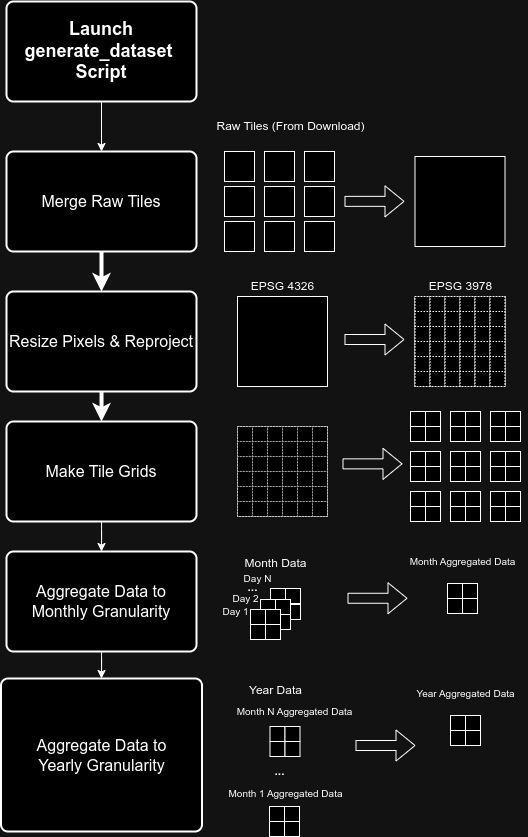
Earlier version of the draw.io export doc/images/generate_dataset_overview.png (AlexandreBrown/WildfirePrediction). Source tidied: cells renumbered, new cells last; positions are measured from the earlier drawing's top-left corner, leaving out a move shared by most shapes.
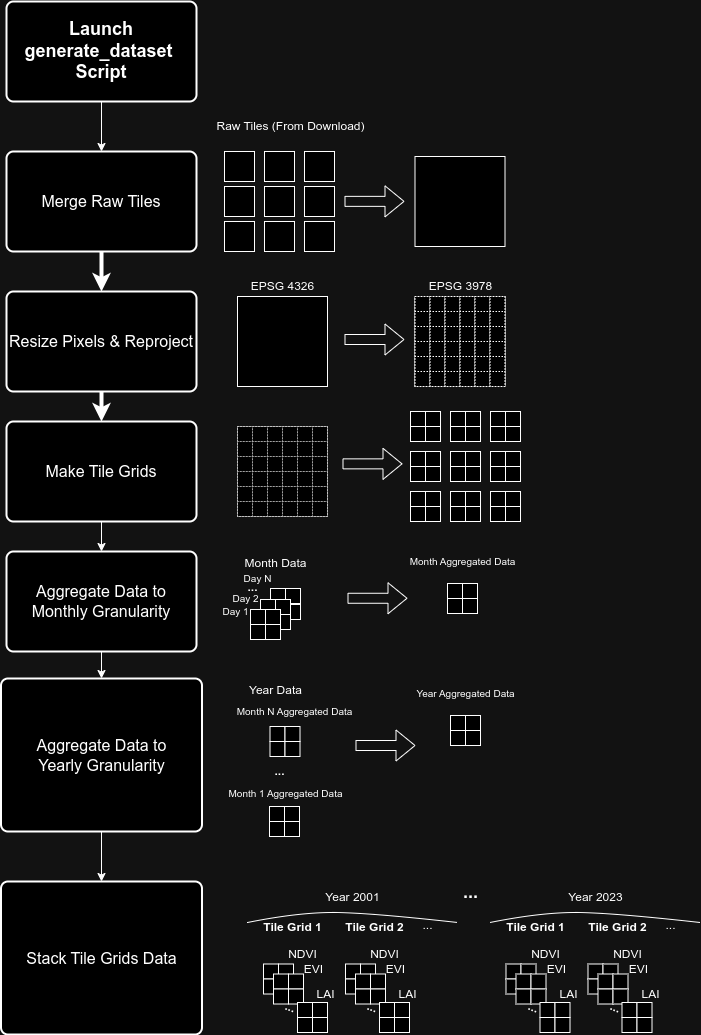
After the commit.

Commit message:
Added stack tile grids data to dataset generation documentation

The edit, as a diff of the source:
```diff
@@ -530,6 +530,9 @@
     <mxCell id="173" value="&lt;b&gt;...&lt;/b&gt;" style="text;html=1;align=center;verticalAlign=middle;strokeColor=none;fillColor=none;" parent="1" vertex="1">
       <mxGeometry x="236" y="571" width="30" height="30" as="geometry" />
     </mxCell>
+    <mxCell id="197" style="edgeStyle=orthogonalEdgeStyle;rounded=0;jettySize=auto;html=1;entryX=0.5;entryY=0;entryDx=0;entryDy=0;" parent="1" edge="1" source="174" target="198">
+      <mxGeometry relative="1" as="geometry" />
+    </mxCell>
     <mxCell id="174" value="&lt;font style=&quot;font-size: 16px;&quot;&gt;Aggregate Data to &lt;br&gt;Yearly Granularity&lt;/font&gt;" style="rounded=1;whiteSpace=wrap;html=1;absoluteArcSize=1;arcSize=14;strokeWidth=2;" parent="1" vertex="1">
       <mxGeometry x="-0.5" y="677" width="201" height="153" as="geometry" />
     </mxCell>
@@ -602,5 +605,283 @@
     <mxCell id="196" value="Raw Tiles (From Download)" style="text;html=1;align=center;verticalAlign=middle;strokeColor=none;fillColor=none;" parent="1" vertex="1">
       <mxGeometry x="203.5" y="110" width="170" height="30" as="geometry" />
     </mxCell>
+    <mxCell id="198" value="&lt;span style=&quot;font-size: 16px;&quot;&gt;Stack Tile Grids Data&lt;/span&gt;" style="rounded=1;whiteSpace=wrap;html=1;absoluteArcSize=1;arcSize=14;strokeWidth=2;" parent="1" vertex="1">
+      <mxGeometry x="-0.5" y="880" width="201" height="153" as="geometry" />
+    </mxCell>
+    <mxCell id="199" value="Year 2001" style="text;html=1;align=center;verticalAlign=middle;strokeColor=none;fillColor=none;" parent="1" vertex="1">
+      <mxGeometry x="311" y="881" width="80" height="30" as="geometry" />
+    </mxCell>
+    <mxCell id="200" style="group;" parent="1" vertex="1">
+      <mxGeometry x="262" y="962.5" width="30" height="30" as="geometry" />
+    </mxCell>
+    <mxCell id="201" style="whiteSpace=wrap;html=1;" parent="200" vertex="1">
+      <mxGeometry width="15" height="15" as="geometry" />
+    </mxCell>
+    <mxCell id="202" style="whiteSpace=wrap;html=1;" parent="200" vertex="1">
+      <mxGeometry x="15" width="15" height="15" as="geometry" />
+    </mxCell>
+    <mxCell id="203" style="whiteSpace=wrap;html=1;" parent="200" vertex="1">
+      <mxGeometry y="15" width="15" height="15" as="geometry" />
+    </mxCell>
+    <mxCell id="204" style="whiteSpace=wrap;html=1;" parent="200" vertex="1">
+      <mxGeometry x="15" y="15" width="15" height="15" as="geometry" />
+    </mxCell>
+    <mxCell id="205" value="&lt;b&gt;Tile Grid 1&lt;/b&gt;" style="text;html=1;align=center;verticalAlign=middle;strokeColor=none;fillColor=none;" parent="1" vertex="1">
+      <mxGeometry x="251" y="911" width="80" height="30" as="geometry" />
+    </mxCell>
+    <mxCell id="206" value="NDVI" style="text;html=1;align=center;verticalAlign=middle;strokeColor=none;fillColor=none;" parent="1" vertex="1">
+      <mxGeometry x="276" y="938" width="50" height="30" as="geometry" />
+    </mxCell>
+    <mxCell id="207" style="group;" parent="1" vertex="1">
+      <mxGeometry x="272" y="972.5" width="30" height="30" as="geometry" />
+    </mxCell>
+    <mxCell id="208" style="whiteSpace=wrap;html=1;" parent="207" vertex="1">
+      <mxGeometry width="15" height="15" as="geometry" />
+    </mxCell>
+    <mxCell id="209" style="whiteSpace=wrap;html=1;" parent="207" vertex="1">
+      <mxGeometry x="15" width="15" height="15" as="geometry" />
+    </mxCell>
+    <mxCell id="210" style="whiteSpace=wrap;html=1;" parent="207" vertex="1">
+      <mxGeometry y="15" width="15" height="15" as="geometry" />
+    </mxCell>
+    <mxCell id="211" style="whiteSpace=wrap;html=1;" parent="207" vertex="1">
+      <mxGeometry x="15" y="15" width="15" height="15" as="geometry" />
+    </mxCell>
+    <mxCell id="212" value="EVI" style="text;html=1;align=center;verticalAlign=middle;strokeColor=none;fillColor=none;" parent="1" vertex="1">
+      <mxGeometry x="292" y="952.5" width="40" height="30" as="geometry" />
+    </mxCell>
+    <mxCell id="213" value="&lt;b&gt;...&lt;/b&gt;" style="text;html=1;align=center;verticalAlign=middle;strokeColor=none;fillColor=none;rotation=20;" parent="1" vertex="1">
+      <mxGeometry x="274" y="990.5" width="30" height="30" as="geometry" />
+    </mxCell>
+    <mxCell id="214" style="group;" parent="1" vertex="1">
+      <mxGeometry x="296" y="1001" width="30" height="30" as="geometry" />
+    </mxCell>
+    <mxCell id="215" style="whiteSpace=wrap;html=1;" parent="214" vertex="1">
+      <mxGeometry width="15" height="15" as="geometry" />
+    </mxCell>
+    <mxCell id="216" style="whiteSpace=wrap;html=1;" parent="214" vertex="1">
+      <mxGeometry x="15" width="15" height="15" as="geometry" />
+    </mxCell>
+    <mxCell id="217" style="whiteSpace=wrap;html=1;" parent="214" vertex="1">
+      <mxGeometry y="15" width="15" height="15" as="geometry" />
+    </mxCell>
+    <mxCell id="218" style="whiteSpace=wrap;html=1;" parent="214" vertex="1">
+      <mxGeometry x="15" y="15" width="15" height="15" as="geometry" />
+    </mxCell>
+    <mxCell id="219" value="LAI" style="text;html=1;align=center;verticalAlign=middle;strokeColor=none;fillColor=none;" parent="1" vertex="1">
+      <mxGeometry x="304" y="978" width="40" height="30" as="geometry" />
+    </mxCell>
+    <mxCell id="220" style="group;" parent="1" vertex="1">
+      <mxGeometry x="344" y="962.5" width="30" height="30" as="geometry" />
+    </mxCell>
+    <mxCell id="221" style="whiteSpace=wrap;html=1;" parent="220" vertex="1">
+      <mxGeometry width="15" height="15" as="geometry" />
+    </mxCell>
+    <mxCell id="222" style="whiteSpace=wrap;html=1;" parent="220" vertex="1">
+      <mxGeometry x="15" width="15" height="15" as="geometry" />
+    </mxCell>
+    <mxCell id="223" style="whiteSpace=wrap;html=1;" parent="220" vertex="1">
+      <mxGeometry y="15" width="15" height="15" as="geometry" />
+    </mxCell>
+    <mxCell id="224" style="whiteSpace=wrap;html=1;" parent="220" vertex="1">
+      <mxGeometry x="15" y="15" width="15" height="15" as="geometry" />
+    </mxCell>
+    <mxCell id="225" value="&lt;b&gt;Tile Grid 2&lt;/b&gt;" style="text;html=1;align=center;verticalAlign=middle;strokeColor=none;fillColor=none;" parent="1" vertex="1">
+      <mxGeometry x="333" y="911" width="80" height="30" as="geometry" />
+    </mxCell>
+    <mxCell id="226" value="NDVI" style="text;html=1;align=center;verticalAlign=middle;strokeColor=none;fillColor=none;" parent="1" vertex="1">
+      <mxGeometry x="358" y="938" width="50" height="30" as="geometry" />
+    </mxCell>
+    <mxCell id="227" style="group;" parent="1" vertex="1">
+      <mxGeometry x="354" y="972.5" width="30" height="30" as="geometry" />
+    </mxCell>
+    <mxCell id="228" style="whiteSpace=wrap;html=1;" parent="227" vertex="1">
+      <mxGeometry width="15" height="15" as="geometry" />
+    </mxCell>
+    <mxCell id="229" style="whiteSpace=wrap;html=1;" parent="227" vertex="1">
+      <mxGeometry x="15" width="15" height="15" as="geometry" />
+    </mxCell>
+    <mxCell id="230" style="whiteSpace=wrap;html=1;" parent="227" vertex="1">
+      <mxGeometry y="15" width="15" height="15" as="geometry" />
+    </mxCell>
+    <mxCell id="231" style="whiteSpace=wrap;html=1;" parent="227" vertex="1">
+      <mxGeometry x="15" y="15" width="15" height="15" as="geometry" />
+    </mxCell>
+    <mxCell id="232" value="EVI" style="text;html=1;align=center;verticalAlign=middle;strokeColor=none;fillColor=none;" parent="1" vertex="1">
+      <mxGeometry x="374" y="952.5" width="40" height="30" as="geometry" />
+    </mxCell>
+    <mxCell id="233" value="&lt;b&gt;...&lt;/b&gt;" style="text;html=1;align=center;verticalAlign=middle;strokeColor=none;fillColor=none;rotation=20;" parent="1" vertex="1">
+      <mxGeometry x="356" y="990.5" width="30" height="30" as="geometry" />
+    </mxCell>
+    <mxCell id="234" style="group;" parent="1" vertex="1">
+      <mxGeometry x="378" y="1001" width="30" height="30" as="geometry" />
+    </mxCell>
+    <mxCell id="235" style="whiteSpace=wrap;html=1;" parent="234" vertex="1">
+      <mxGeometry width="15" height="15" as="geometry" />
+    </mxCell>
+    <mxCell id="236" style="whiteSpace=wrap;html=1;" parent="234" vertex="1">
+      <mxGeometry x="15" width="15" height="15" as="geometry" />
+    </mxCell>
+    <mxCell id="237" style="whiteSpace=wrap;html=1;" parent="234" vertex="1">
+      <mxGeometry y="15" width="15" height="15" as="geometry" />
+    </mxCell>
+    <mxCell id="238" style="whiteSpace=wrap;html=1;" parent="234" vertex="1">
+      <mxGeometry x="15" y="15" width="15" height="15" as="geometry" />
+    </mxCell>
+    <mxCell id="239" value="LAI" style="text;html=1;align=center;verticalAlign=middle;strokeColor=none;fillColor=none;" parent="1" vertex="1">
+      <mxGeometry x="386" y="978" width="40" height="30" as="geometry" />
+    </mxCell>
+    <mxCell id="240" style="curved=1;endArrow=none;html=1;rounded=0;endFill=0;" parent="1" edge="1">
+      <mxGeometry relative="1" as="geometry">
+        <mxPoint x="246" y="921" as="sourcePoint" />
+        <mxPoint x="456" y="921" as="targetPoint" />
+        <Array as="points">
+          <mxPoint x="296" y="911" />
+          <mxPoint x="366" y="911" />
+        </Array>
+      </mxGeometry>
+    </mxCell>
+    <mxCell id="241" value="..." style="text;html=1;align=center;verticalAlign=middle;strokeColor=none;fillColor=none;" parent="1" vertex="1">
+      <mxGeometry x="411" y="909" width="30" height="30" as="geometry" />
+    </mxCell>
+    <mxCell id="242" value="Year 2023" style="text;html=1;align=center;verticalAlign=middle;strokeColor=none;fillColor=none;" parent="1" vertex="1">
+      <mxGeometry x="553.5" y="881" width="80" height="30" as="geometry" />
+    </mxCell>
+    <mxCell id="243" style="group;" parent="1" vertex="1">
+      <mxGeometry x="504.5" y="962.5" width="30" height="30" as="geometry" />
+    </mxCell>
+    <mxCell id="244" style="whiteSpace=wrap;html=1;" parent="243" vertex="1">
+      <mxGeometry width="15" height="15" as="geometry" />
+    </mxCell>
+    <mxCell id="245" style="whiteSpace=wrap;html=1;" parent="243" vertex="1">
+      <mxGeometry x="15" width="15" height="15" as="geometry" />
+    </mxCell>
+    <mxCell id="246" style="whiteSpace=wrap;html=1;" parent="243" vertex="1">
+      <mxGeometry y="15" width="15" height="15" as="geometry" />
+    </mxCell>
+    <mxCell id="247" style="whiteSpace=wrap;html=1;" parent="243" vertex="1">
+      <mxGeometry x="15" y="15" width="15" height="15" as="geometry" />
+    </mxCell>
+    <mxCell id="248" value="&lt;b&gt;Tile Grid 1&lt;/b&gt;" style="text;html=1;align=center;verticalAlign=middle;strokeColor=none;fillColor=none;" parent="1" vertex="1">
+      <mxGeometry x="493.5" y="911" width="80" height="30" as="geometry" />
+    </mxCell>
+    <mxCell id="249" value="NDVI" style="text;html=1;align=center;verticalAlign=middle;strokeColor=none;fillColor=none;" parent="1" vertex="1">
+      <mxGeometry x="518.5" y="938" width="50" height="30" as="geometry" />
+    </mxCell>
+    <mxCell id="250" style="group;" parent="1" vertex="1">
+      <mxGeometry x="514.5" y="972.5" width="30" height="30" as="geometry" />
+    </mxCell>
+    <mxCell id="251" style="whiteSpace=wrap;html=1;" parent="250" vertex="1">
+      <mxGeometry width="15" height="15" as="geometry" />
+    </mxCell>
+    <mxCell id="252" style="whiteSpace=wrap;html=1;" parent="250" vertex="1">
+      <mxGeometry x="15" width="15" height="15" as="geometry" />
+    </mxCell>
+    <mxCell id="253" style="whiteSpace=wrap;html=1;" parent="250" vertex="1">
+      <mxGeometry y="15" width="15" height="15" as="geometry" />
+    </mxCell>
+    <mxCell id="254" style="whiteSpace=wrap;html=1;" parent="250" vertex="1">
+      <mxGeometry x="15" y="15" width="15" height="15" as="geometry" />
+    </mxCell>
+    <mxCell id="255" value="EVI" style="text;html=1;align=center;verticalAlign=middle;strokeColor=none;fillColor=none;" parent="1" vertex="1">
+      <mxGeometry x="534.5" y="952.5" width="40" height="30" as="geometry" />
+    </mxCell>
+    <mxCell id="256" value="&lt;b&gt;...&lt;/b&gt;" style="text;html=1;align=center;verticalAlign=middle;strokeColor=none;fillColor=none;rotation=20;" parent="1" vertex="1">
+      <mxGeometry x="516.5" y="990.5" width="30" height="30" as="geometry" />
+    </mxCell>
+    <mxCell id="257" style="group;" parent="1" vertex="1">
+      <mxGeometry x="538.5" y="1001" width="30" height="30" as="geometry" />
+    </mxCell>
+    <mxCell id="258" style="whiteSpace=wrap;html=1;" parent="257" vertex="1">
+      <mxGeometry width="15" height="15" as="geometry" />
+    </mxCell>
+    <mxCell id="259" style="whiteSpace=wrap;html=1;" parent="257" vertex="1">
+      <mxGeometry x="15" width="15" height="15" as="geometry" />
+    </mxCell>
+    <mxCell id="260" style="whiteSpace=wrap;html=1;" parent="257" vertex="1">
+      <mxGeometry y="15" width="15" height="15" as="geometry" />
+    </mxCell>
+    <mxCell id="261" style="whiteSpace=wrap;html=1;" parent="257" vertex="1">
+      <mxGeometry x="15" y="15" width="15" height="15" as="geometry" />
+    </mxCell>
+    <mxCell id="262" value="LAI" style="text;html=1;align=center;verticalAlign=middle;strokeColor=none;fillColor=none;" parent="1" vertex="1">
+      <mxGeometry x="546.5" y="978" width="40" height="30" as="geometry" />
+    </mxCell>
+    <mxCell id="263" style="group;" parent="1" vertex="1">
+      <mxGeometry x="586.5" y="962.5" width="30" height="30" as="geometry" />
+    </mxCell>
+    <mxCell id="264" style="whiteSpace=wrap;html=1;" parent="263" vertex="1">
+      <mxGeometry width="15" height="15" as="geometry" />
+    </mxCell>
+    <mxCell id="265" style="whiteSpace=wrap;html=1;" parent="263" vertex="1">
+      <mxGeometry x="15" width="15" height="15" as="geometry" />
+    </mxCell>
+    <mxCell id="266" style="whiteSpace=wrap;html=1;" parent="263" vertex="1">
+      <mxGeometry y="15" width="15" height="15" as="geometry" />
+    </mxCell>
+    <mxCell id="267" style="whiteSpace=wrap;html=1;" parent="263" vertex="1">
+      <mxGeometry x="15" y="15" width="15" height="15" as="geometry" />
+    </mxCell>
+    <mxCell id="268" value="&lt;b&gt;Tile Grid 2&lt;/b&gt;" style="text;html=1;align=center;verticalAlign=middle;strokeColor=none;fillColor=none;" parent="1" vertex="1">
+      <mxGeometry x="575.5" y="911" width="80" height="30" as="geometry" />
+    </mxCell>
+    <mxCell id="269" value="NDVI" style="text;html=1;align=center;verticalAlign=middle;strokeColor=none;fillColor=none;" parent="1" vertex="1">
+      <mxGeometry x="600.5" y="938" width="50" height="30" as="geometry" />
+    </mxCell>
+    <mxCell id="270" style="group;" parent="1" vertex="1">
+      <mxGeometry x="596.5" y="972.5" width="30" height="30" as="geometry" />
+    </mxCell>
+    <mxCell id="271" style="whiteSpace=wrap;html=1;" parent="270" vertex="1">
+      <mxGeometry width="15" height="15" as="geometry" />
+    </mxCell>
+    <mxCell id="272" style="whiteSpace=wrap;html=1;" parent="270" vertex="1">
+      <mxGeometry x="15" width="15" height="15" as="geometry" />
+    </mxCell>
+    <mxCell id="273" style="whiteSpace=wrap;html=1;" parent="270" vertex="1">
+      <mxGeometry y="15" width="15" height="15" as="geometry" />
+    </mxCell>
+    <mxCell id="274" style="whiteSpace=wrap;html=1;" parent="270" vertex="1">
+      <mxGeometry x="15" y="15" width="15" height="15" as="geometry" />
+    </mxCell>
+    <mxCell id="275" value="EVI" style="text;html=1;align=center;verticalAlign=middle;strokeColor=none;fillColor=none;" parent="1" vertex="1">
+      <mxGeometry x="616.5" y="952.5" width="40" height="30" as="geometry" />
+    </mxCell>
+    <mxCell id="276" value="&lt;b&gt;...&lt;/b&gt;" style="text;html=1;align=center;verticalAlign=middle;strokeColor=none;fillColor=none;rotation=20;" parent="1" vertex="1">
+      <mxGeometry x="598.5" y="990.5" width="30" height="30" as="geometry" />
+    </mxCell>
+    <mxCell id="277" style="group;" parent="1" vertex="1">
+      <mxGeometry x="620.5" y="1001" width="30" height="30" as="geometry" />
+    </mxCell>
+    <mxCell id="278" style="whiteSpace=wrap;html=1;" parent="277" vertex="1">
+      <mxGeometry width="15" height="15" as="geometry" />
+    </mxCell>
+    <mxCell id="279" style="whiteSpace=wrap;html=1;" parent="277" vertex="1">
+      <mxGeometry x="15" width="15" height="15" as="geometry" />
+    </mxCell>
+    <mxCell id="280" style="whiteSpace=wrap;html=1;" parent="277" vertex="1">
+      <mxGeometry y="15" width="15" height="15" as="geometry" />
+    </mxCell>
+    <mxCell id="281" style="whiteSpace=wrap;html=1;" parent="277" vertex="1">
+      <mxGeometry x="15" y="15" width="15" height="15" as="geometry" />
+    </mxCell>
+    <mxCell id="282" value="LAI" style="text;html=1;align=center;verticalAlign=middle;strokeColor=none;fillColor=none;" parent="1" vertex="1">
+      <mxGeometry x="628.5" y="978" width="40" height="30" as="geometry" />
+    </mxCell>
+    <mxCell id="283" style="curved=1;endArrow=none;html=1;rounded=0;endFill=0;" parent="1" edge="1">
+      <mxGeometry relative="1" as="geometry">
+        <mxPoint x="488.5" y="921" as="sourcePoint" />
+        <mxPoint x="698.5" y="921" as="targetPoint" />
+        <Array as="points">
+          <mxPoint x="538.5" y="911" />
+          <mxPoint x="608.5" y="911" />
+        </Array>
+      </mxGeometry>
+    </mxCell>
+    <mxCell id="284" value="..." style="text;html=1;align=center;verticalAlign=middle;strokeColor=none;fillColor=none;" parent="1" vertex="1">
+      <mxGeometry x="653.5" y="909" width="30" height="30" as="geometry" />
+    </mxCell>
+    <mxCell id="285" value="&lt;b&gt;&lt;font style=&quot;font-size: 18px;&quot;&gt;...&lt;/font&gt;&lt;/b&gt;" style="text;html=1;align=center;verticalAlign=middle;strokeColor=none;fillColor=none;" parent="1" vertex="1">
+      <mxGeometry x="449" y="871" width="40" height="40" as="geometry" />
+    </mxCell>
   </root>
 </mxGraphModel>
```
